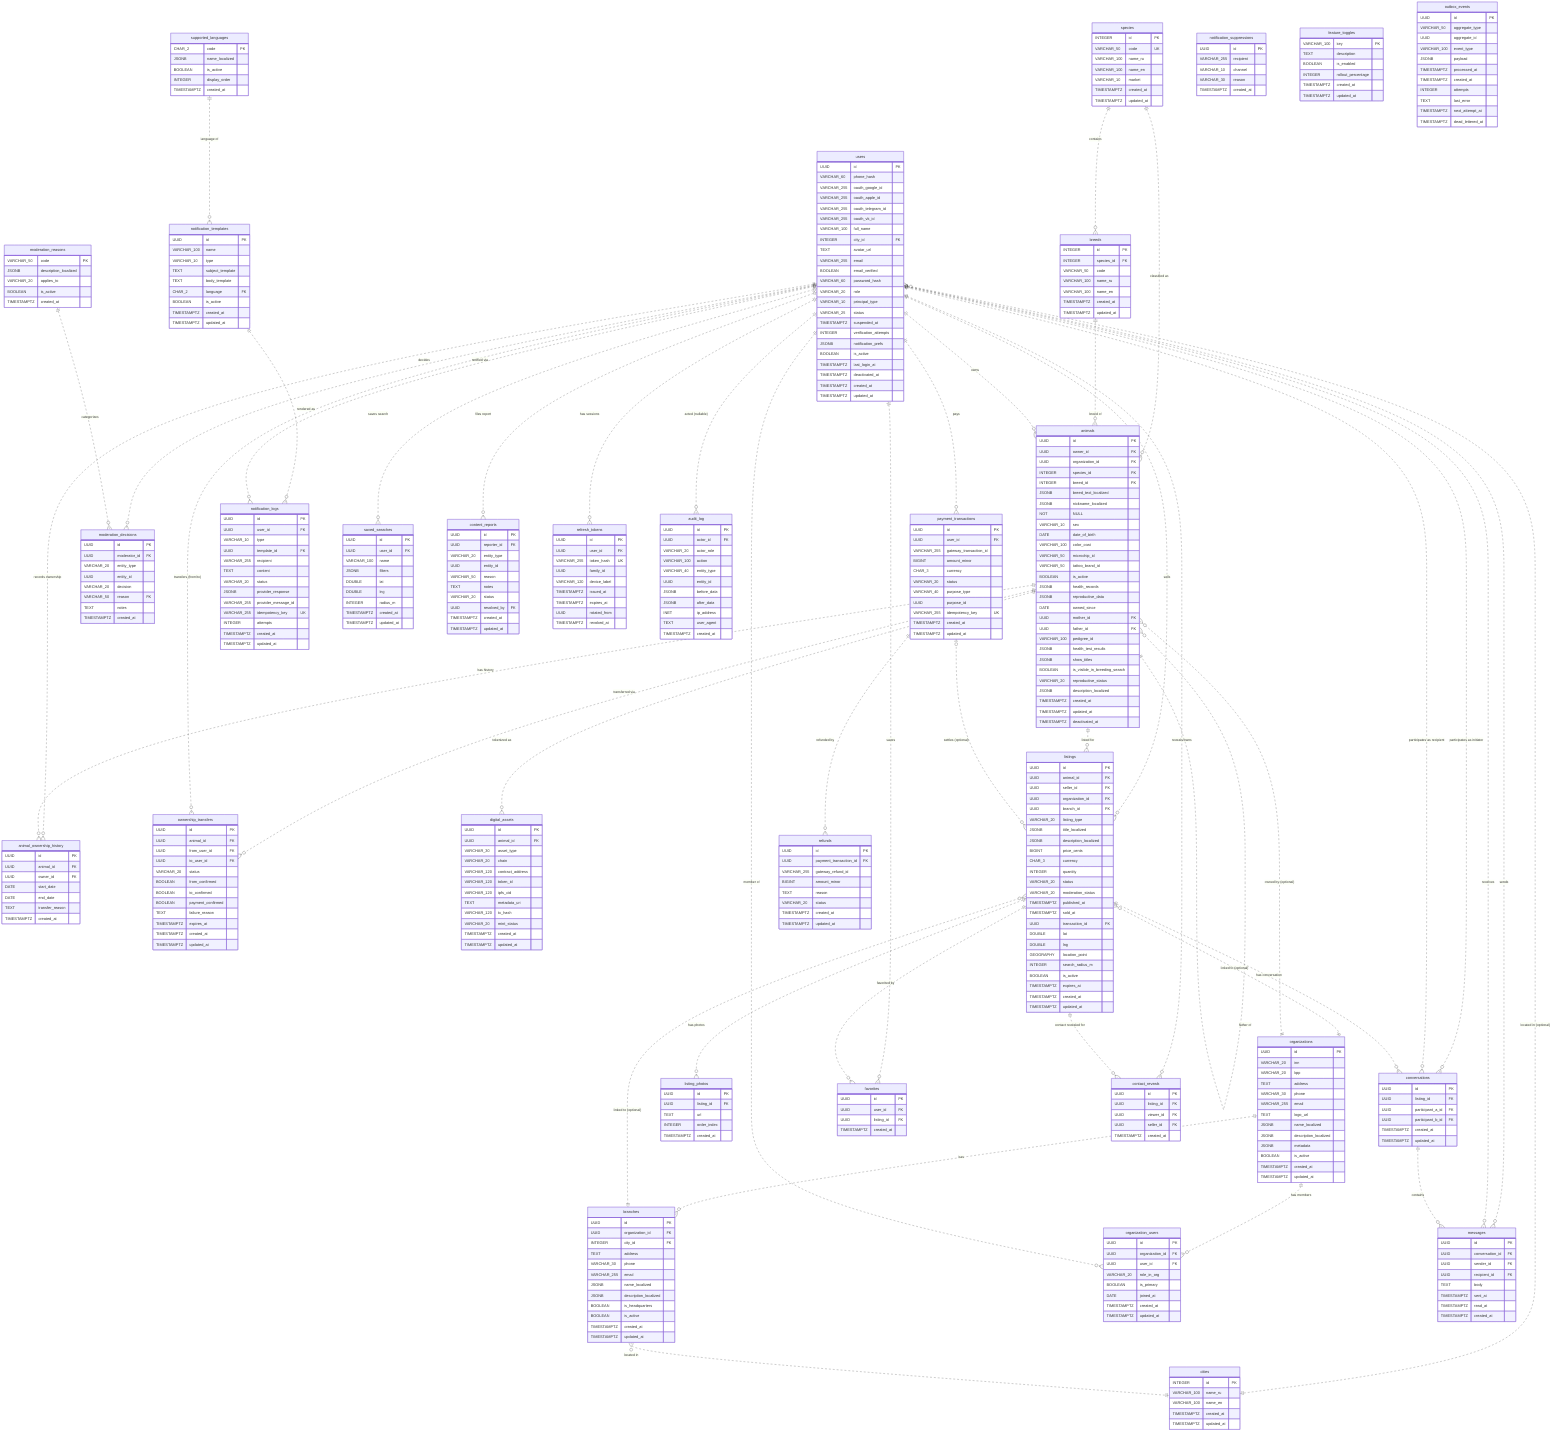
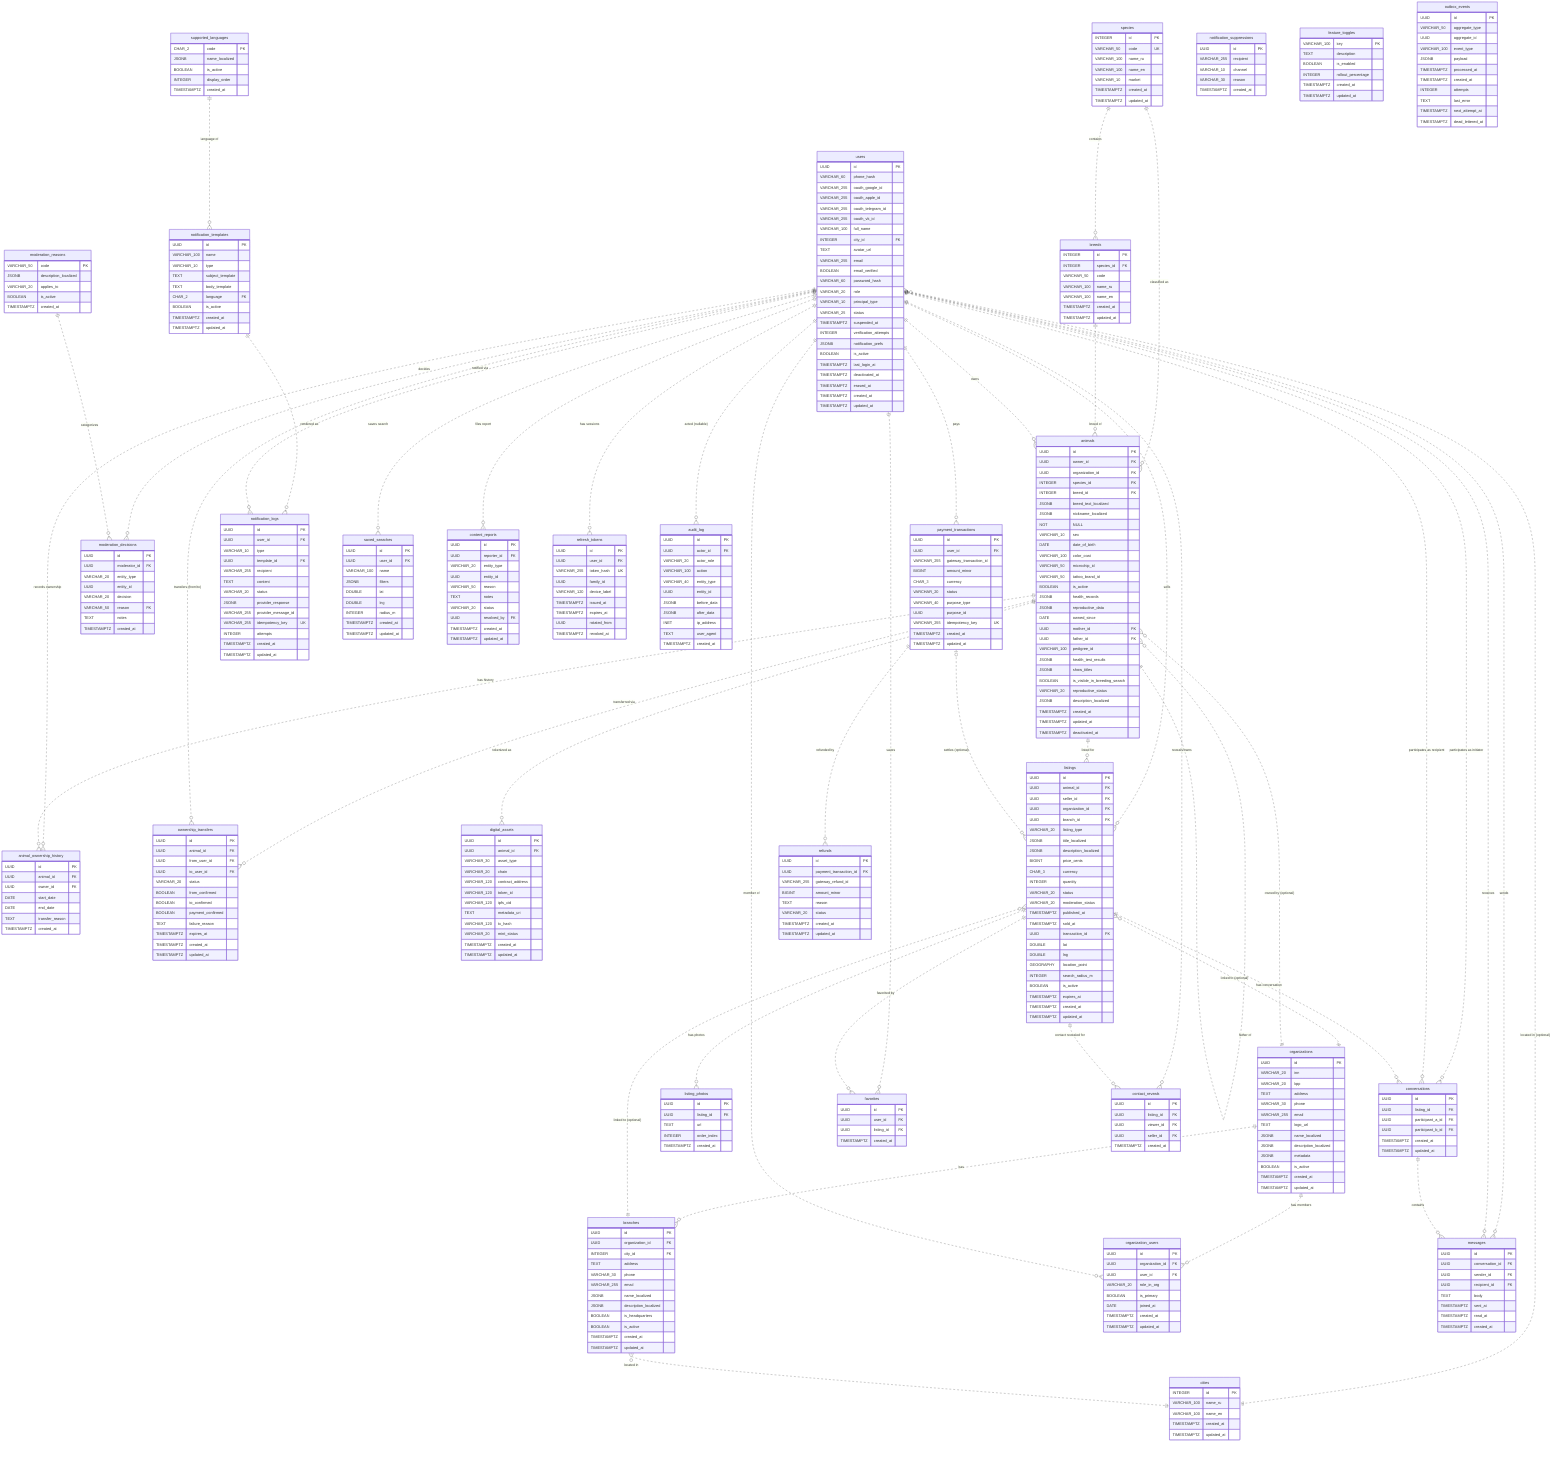
erDiagram
    %% Reference Data Tables
    species {
        INTEGER id PK
        VARCHAR_50 code UK
        VARCHAR_100 name_ru
        VARCHAR_100 name_en
        VARCHAR_10 market
        TIMESTAMPTZ created_at
        TIMESTAMPTZ updated_at
    }
    breeds {
        INTEGER id PK
        INTEGER species_id FK
        VARCHAR_50 code
        VARCHAR_100 name_ru
        VARCHAR_100 name_en
        TIMESTAMPTZ created_at
        TIMESTAMPTZ updated_at
        %% UK (species_id, code)
    }
    cities {
        INTEGER id PK
        VARCHAR_100 name_ru
        VARCHAR_100 name_en
        TIMESTAMPTZ created_at
        TIMESTAMPTZ updated_at
    }
    supported_languages {
        CHAR_2 code PK
        JSONB name_localized
        BOOLEAN is_active
        INTEGER display_order
        TIMESTAMPTZ created_at
    }

    %% Identity Domain
    users {
        UUID id PK
        VARCHAR_60 phone_hash
        VARCHAR_255 oauth_google_id
        VARCHAR_255 oauth_apple_id
        VARCHAR_255 oauth_telegram_id
        VARCHAR_255 oauth_vk_id
        VARCHAR_100 full_name
        INTEGER city_id FK
        TEXT avatar_url
        VARCHAR_255 email
        BOOLEAN email_verified
        VARCHAR_60 password_hash
        VARCHAR_20 role
        VARCHAR_10 principal_type
        VARCHAR_25 status
        TIMESTAMPTZ suspended_at
        INTEGER verification_attempts
        JSONB notification_prefs
        BOOLEAN is_active
        TIMESTAMPTZ last_login_at
        TIMESTAMPTZ deactivated_at
+         TIMESTAMPTZ erased_at
        TIMESTAMPTZ created_at
        TIMESTAMPTZ updated_at
    }

    %% Animal Domain
    animals {
        UUID id PK
        UUID owner_id FK
        UUID organization_id FK
        INTEGER species_id FK
        INTEGER breed_id FK
        JSONB breed_text_localized
        JSONB nickname_localized NOT NULL
        VARCHAR_10 sex
        DATE date_of_birth
        VARCHAR_100 color_coat
        VARCHAR_50 microchip_id
        VARCHAR_50 tattoo_brand_id
        BOOLEAN is_active
        JSONB health_records
        JSONB reproductive_data
        DATE owned_since
        UUID mother_id FK
        UUID father_id FK
        VARCHAR_100 pedigree_id
        JSONB health_test_results
        JSONB show_titles
        BOOLEAN is_visible_in_breeding_search
        VARCHAR_20 reproductive_status
        JSONB description_localized
        TIMESTAMPTZ created_at
        TIMESTAMPTZ updated_at
        TIMESTAMPTZ deactivated_at
    }
    animal_ownership_history {
        UUID id PK
        UUID animal_id FK
        UUID owner_id FK
        DATE start_date
        DATE end_date
        TEXT transfer_reason
        TIMESTAMPTZ created_at
    }
    ownership_transfers {
        UUID id PK
        UUID animal_id FK
        UUID from_user_id FK
        UUID to_user_id FK
        VARCHAR_20 status
        BOOLEAN from_confirmed
        BOOLEAN to_confirmed
        BOOLEAN payment_confirmed
        TEXT failure_reason
        TIMESTAMPTZ expires_at
        TIMESTAMPTZ created_at
        TIMESTAMPTZ updated_at
    }
    digital_assets {
        UUID id PK
        UUID animal_id FK
        VARCHAR_30 asset_type
        VARCHAR_20 chain
        VARCHAR_120 contract_address
        VARCHAR_120 token_id
        VARCHAR_120 ipfs_cid
        TEXT metadata_uri
        VARCHAR_120 tx_hash
        VARCHAR_20 mint_status
        TIMESTAMPTZ created_at
        TIMESTAMPTZ updated_at
        %% ADR-0010: NFT readiness hook; gated by feature_toggles
    }

    %% Organization Domain
    organizations {
        UUID id PK
        VARCHAR_20 inn
        VARCHAR_20 kpp
        TEXT address
        VARCHAR_30 phone
        VARCHAR_255 email
        TEXT logo_url
        JSONB name_localized
        JSONB description_localized
        JSONB metadata
        BOOLEAN is_active
        TIMESTAMPTZ created_at
        TIMESTAMPTZ updated_at
    }
    branches {
        UUID id PK
        UUID organization_id FK
        INTEGER city_id FK
        TEXT address
        VARCHAR_30 phone
        VARCHAR_255 email
        JSONB name_localized
        JSONB description_localized
        BOOLEAN is_headquarters
        BOOLEAN is_active
        TIMESTAMPTZ created_at
        TIMESTAMPTZ updated_at
    }
    organization_users {
        UUID id PK
        UUID organization_id FK
        UUID user_id FK
        VARCHAR_20 role_in_org
        BOOLEAN is_primary
        DATE joined_at
        TIMESTAMPTZ created_at
        TIMESTAMPTZ updated_at
        %% UK (organization_id, user_id)
    }

    %% Marketplace/Listings Domain
    listings {
        UUID id PK
        UUID animal_id FK
        UUID seller_id FK
        UUID organization_id FK
        UUID branch_id FK
        VARCHAR_20 listing_type
        JSONB title_localized
        JSONB description_localized
        BIGINT price_cents
        CHAR_3 currency
        INTEGER quantity
        VARCHAR_20 status
        VARCHAR_20 moderation_status
        TIMESTAMPTZ published_at
        TIMESTAMPTZ sold_at
        UUID transaction_id FK
        DOUBLE lat
        DOUBLE lng
        GEOGRAPHY location_point
        INTEGER search_radius_m
        BOOLEAN is_active
        TIMESTAMPTZ expires_at
        TIMESTAMPTZ created_at
        TIMESTAMPTZ updated_at
        %% UK (animal_id, listing_type) WHERE status='ACTIVE'
    }
    listing_photos {
        UUID id PK
        UUID listing_id FK
        TEXT url
        INTEGER order_index
        TIMESTAMPTZ created_at
    }
    conversations {
        UUID id PK
        UUID listing_id FK
        UUID participant_a_id FK
        UUID participant_b_id FK
        TIMESTAMPTZ created_at
        TIMESTAMPTZ updated_at
    }
    messages {
        UUID id PK
        UUID conversation_id FK
        UUID sender_id FK
        UUID recipient_id FK
        TEXT body
        TIMESTAMPTZ sent_at
        TIMESTAMPTZ read_at
        TIMESTAMPTZ created_at
    }

    %% Moderation Domain
    moderation_reasons {
        VARCHAR_50 code PK
        JSONB description_localized
        VARCHAR_20 applies_to
        BOOLEAN is_active
        TIMESTAMPTZ created_at
    }
    moderation_decisions {
        UUID id PK
        UUID moderator_id FK
        VARCHAR_20 entity_type
        UUID entity_id
        VARCHAR_20 decision
        VARCHAR_50 reason FK
        TEXT notes
        TIMESTAMPTZ created_at
        %% append-only (immutable)
    }

    %% Payment Domain
    payment_transactions {
        UUID id PK
        UUID user_id FK
        VARCHAR_255 gateway_transaction_id
        BIGINT amount_minor
        CHAR_3 currency
        VARCHAR_20 status
        VARCHAR_40 purpose_type
        UUID purpose_id
        VARCHAR_255 idempotency_key UK
        TIMESTAMPTZ created_at
        TIMESTAMPTZ updated_at
    }
    refunds {
        UUID id PK
        UUID payment_transaction_id FK
        VARCHAR_255 gateway_refund_id
        BIGINT amount_minor
        TEXT reason
        VARCHAR_20 status
        TIMESTAMPTZ created_at
        TIMESTAMPTZ updated_at
    }

    %% Notification Domain
    notification_templates {
        UUID id PK
        VARCHAR_100 name
        VARCHAR_10 type
        TEXT subject_template
        TEXT body_template
        CHAR_2 language FK
        BOOLEAN is_active
        TIMESTAMPTZ created_at
        TIMESTAMPTZ updated_at
        %% UK (name, type, language)
    }
    notification_logs {
        UUID id PK
        UUID user_id FK
        VARCHAR_10 type
        UUID template_id FK
        VARCHAR_255 recipient
        TEXT content
        VARCHAR_20 status
        JSONB provider_response
        VARCHAR_255 provider_message_id
        VARCHAR_255 idempotency_key UK
        INTEGER attempts
        TIMESTAMPTZ created_at
        TIMESTAMPTZ updated_at
    }
    notification_suppressions {
        UUID id PK
        VARCHAR_255 recipient
        VARCHAR_10 channel
        VARCHAR_30 reason
        TIMESTAMPTZ created_at
        %% (recipient, channel) UNIQUE — hard-bounce / unsubscribe
    }

    %% Favorites & Saved Searches (MVP)
    favorites {
        UUID id PK
        UUID user_id FK
        UUID listing_id FK
        TIMESTAMPTZ created_at
        %% UK (user_id, listing_id)
    }
    saved_searches {
        UUID id PK
        UUID user_id FK
        VARCHAR_100 name
        JSONB filters
        DOUBLE lat
        DOUBLE lng
        INTEGER radius_m
        TIMESTAMPTZ created_at
        TIMESTAMPTZ updated_at
    }
    content_reports {
        UUID id PK
        UUID reporter_id FK
        VARCHAR_20 entity_type
        UUID entity_id
        VARCHAR_50 reason
        TEXT notes
        VARCHAR_20 status
        UUID resolved_by FK
        TIMESTAMPTZ created_at
        TIMESTAMPTZ updated_at
    }
    contact_reveals {
        UUID id PK
        UUID listing_id FK
        UUID viewer_id FK
        UUID seller_id FK
        TIMESTAMPTZ created_at
        %% ADR-0005: MVP "contact the seller" (no chat); audit + rate-limit source
    }

    %% Identity sessions & audit (round-4 integrity)
    refresh_tokens {
        UUID id PK
        UUID user_id FK
        VARCHAR_255 token_hash UK
        UUID family_id
        VARCHAR_120 device_label
        TIMESTAMPTZ issued_at
        TIMESTAMPTZ expires_at
        UUID rotated_from
        TIMESTAMPTZ revoked_at
    }
    audit_log {
        UUID id PK
        UUID actor_id FK
        VARCHAR_20 actor_role
        VARCHAR_100 action
        VARCHAR_40 entity_type
        UUID entity_id
        JSONB before_data
        JSONB after_data
        INET ip_address
        TEXT user_agent
        TIMESTAMPTZ created_at
        %% append-only
    }

    %% Extensibility / System Tables
    feature_toggles {
        VARCHAR_100 key PK
        TEXT description
        BOOLEAN is_enabled
        INTEGER rollout_percentage
        TIMESTAMPTZ created_at
        TIMESTAMPTZ updated_at
    }
    outbox_events {
        UUID id PK
        VARCHAR_50 aggregate_type
        UUID aggregate_id
        VARCHAR_100 event_type
        JSONB payload
        TIMESTAMPTZ processed_at
        TIMESTAMPTZ created_at
        INTEGER attempts
        TEXT last_error
        TIMESTAMPTZ next_attempt_at
        TIMESTAMPTZ dead_lettered_at
    }

    %% Relationships
    species ||..o{ breeds : "contains"
    species ||..o{ animals : "classified as"
    breeds ||..o{ animals : "breed of"
    users }o..|| cities : "located in (optional)"
    users ||..o{ animals : "owns"
    users ||..o{ animal_ownership_history : "records ownership"
    users ||..o{ listings : "sells"
    users ||..o{ conversations : "participates as initiator"
    users ||..o{ conversations : "participates as recipient"
    users ||..o{ messages : "sends"
    users ||..o{ messages : "receives"
    animals ||..o{ animal_ownership_history : "has history"
    animals ||..o{ listings : "listed for"
    animals ||..o{ ownership_transfers : "transferred via"
    users ||..o{ ownership_transfers : "transfers (from/to)"
    animals ||..o{ digital_assets : "tokenized as"
    animals }o..|| animals : "mother of"
    animals }o..|| animals : "father of"
    listings ||..o{ listing_photos : "has photos"
    listings ||..o{ conversations : "has conversation"
    conversations ||..o{ messages : "contains"
    users ||..o{ favorites : "saves"
    listings ||..o{ favorites : "favorited by"
    users ||..o{ saved_searches : "saves search"
    users ||..o{ content_reports : "files report"
    users ||..o{ contact_reveals : "reveals/owns"
    listings ||..o{ contact_reveals : "contact revealed for"
    users ||..o{ refresh_tokens : "has sessions"
    users ||..o{ audit_log : "acted (nullable)"

    %% Organization Domain Relationships (junction = M:N resolved)
    organizations ||..o{ organization_users : "has members"
    users ||..o{ organization_users : "member of"
    organizations ||..o{ branches : "has"
    branches }o..|| cities : "located in"
    listings }o..|| organizations : "linked to (optional)"
    listings }o..|| branches : "linked to (optional)"
    animals }o..|| organizations : "owned by (optional)"

    %% Moderation / Payment / Notification Relationships
    users ||..o{ moderation_decisions : "decides"
    moderation_reasons ||..o{ moderation_decisions : "categorizes"
    users ||..o{ payment_transactions : "pays"
    payment_transactions ||..o{ refunds : "refunded by"
    payment_transactions |o..o{ listings : "settles (optional)"
    supported_languages ||..o{ notification_templates : "language of"
    notification_templates ||..o{ notification_logs : "rendered as"
    users ||..o{ notification_logs : "notified via"
